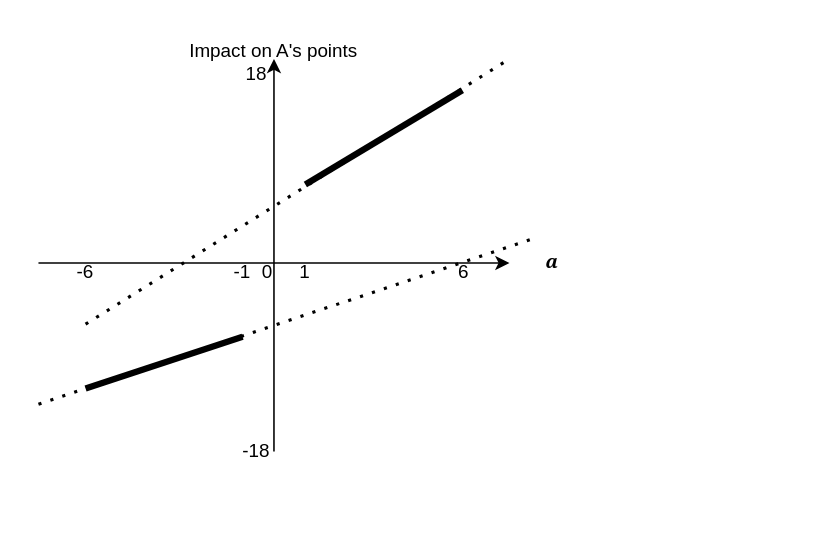
changgge/changgge keeps this draw.io diagram as polarization_slopeIntercept Diagram.drawio. Above is the earlier version. Source tidied: cells renumbered, new cells numbered last; positions are measured from the earlier drawing's top-left corner, leaving out a move shared by most shapes. Both pictures are drawn from the tidied source at 157%, with x=0, y=0 at pixel (38, 27).
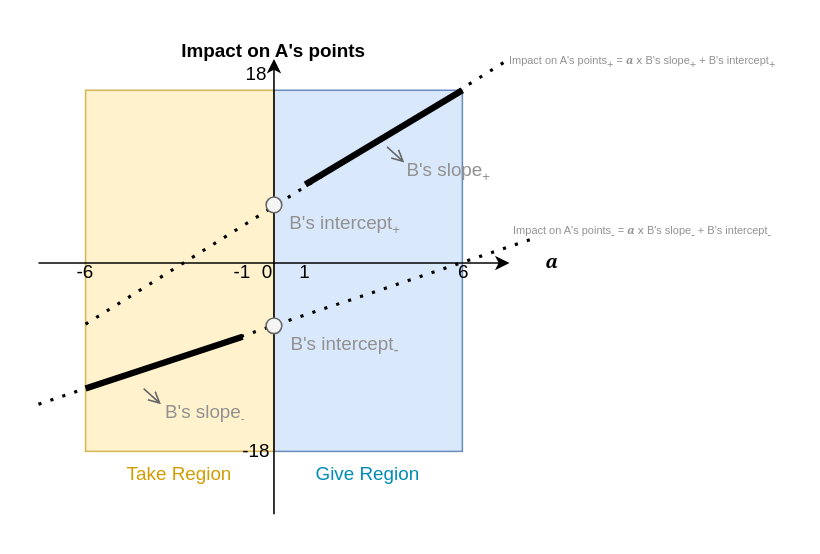
After the change.

What changed in the source:
```diff
@@
+    <mxCell id="17" style="rounded=0;whiteSpace=wrap;html=1;fillColor=#dae8fc;strokeColor=#6c8ebf;" parent="1" vertex="1">
+      <mxGeometry x="150" y="40" width="120" height="230" as="geometry" />
+    </mxCell>
+    <mxCell id="18" style="rounded=0;whiteSpace=wrap;html=1;fillColor=#fff2cc;strokeColor=#d6b656;" parent="1" vertex="1">
+      <mxGeometry x="30" y="40" width="120" height="230" as="geometry" />
+    </mxCell>
@@
     <mxCell id="3" style="endArrow=classic;html=1;rounded=0;" parent="1" edge="1">
       <mxGeometry relative="1" as="geometry">
-        <mxPoint x="150" y="270" as="sourcePoint" />
+        <mxPoint x="150" y="310" as="sourcePoint" />
         <mxPoint x="150" y="20" as="targetPoint" />
       </mxGeometry>
     </mxCell>
-    <mxCell id="4" value="Impact on A's points" style="text;html=1;align=center;verticalAlign=middle;whiteSpace=wrap;rounded=0;" parent="1" vertex="1">
+    <mxCell id="4" value="Impact on A's points" style="text;html=1;align=center;verticalAlign=middle;whiteSpace=wrap;rounded=0;fontStyle=1;" parent="1" vertex="1">
       <mxGeometry x="70" width="160" height="30" as="geometry" />
     </mxCell>
@@
+    <mxCell id="19" style="ellipse;whiteSpace=wrap;html=1;fillColor=#f5f5f5;strokeColor=#666666;fontColor=#333333;" parent="1" vertex="1">
+      <mxGeometry x="145" y="185" width="10" height="10" as="geometry" />
+    </mxCell>
+    <mxCell id="20" style="ellipse;whiteSpace=wrap;html=1;fillColor=#f5f5f5;strokeColor=#666666;fontColor=#333333;" parent="1" vertex="1">
+      <mxGeometry x="145" y="108" width="10" height="10" as="geometry" />
+    </mxCell>
+    <mxCell id="21" value="B's intercept&lt;sub&gt;-&lt;/sub&gt;" style="text;html=1;align=center;verticalAlign=middle;whiteSpace=wrap;rounded=0;fontColor=#919191;" parent="1" vertex="1">
+      <mxGeometry x="158" y="195" width="75" height="15" as="geometry" />
+    </mxCell>
+    <mxCell id="22" value="B's intercept&lt;font size=&quot;1&quot;&gt;&lt;sub&gt;+&lt;/sub&gt;&lt;/font&gt;" style="text;html=1;align=center;verticalAlign=middle;whiteSpace=wrap;rounded=0;fontColor=#919191;" parent="1" vertex="1">
+      <mxGeometry x="156" y="114" width="79" height="21" as="geometry" />
+    </mxCell>
+    <mxCell id="23" style="endArrow=open;html=1;rounded=0;fillColor=#f5f5f5;strokeColor=#666666;endFill=0;" parent="1" edge="1">
+      <mxGeometry relative="1" as="geometry">
+        <mxPoint x="222" y="76" as="sourcePoint" />
+        <mxPoint x="233" y="86" as="targetPoint" />
+      </mxGeometry>
+    </mxCell>
+    <mxCell id="24" value="B's slope&lt;font size=&quot;1&quot;&gt;&lt;sub&gt;+&lt;/sub&gt;&lt;/font&gt;" style="text;html=1;align=center;verticalAlign=middle;whiteSpace=wrap;rounded=0;fontColor=#919191;" parent="1" vertex="1">
+      <mxGeometry x="232" y="86" width="59" height="10" as="geometry" />
+    </mxCell>
+    <mxCell id="25" style="endArrow=open;html=1;rounded=0;fillColor=#f5f5f5;strokeColor=#666666;endFill=0;" parent="1" edge="1">
+      <mxGeometry relative="1" as="geometry">
+        <mxPoint x="67" y="230" as="sourcePoint" />
+        <mxPoint x="78" y="240" as="targetPoint" />
+      </mxGeometry>
+    </mxCell>
+    <mxCell id="26" value="B's slope&lt;span style=&quot;font-size: 9px;&quot;&gt;&lt;sub&gt;-&lt;/sub&gt;&lt;/span&gt;" style="text;html=1;align=center;verticalAlign=middle;whiteSpace=wrap;rounded=0;fontColor=#919191;" parent="1" vertex="1">
+      <mxGeometry x="77" y="240" width="59" height="10" as="geometry" />
+    </mxCell>
+    <mxCell id="27" value="Take Region" style="text;html=1;align=center;verticalAlign=middle;whiteSpace=wrap;rounded=0;fillColor=none;strokeColor=none;fontColor=#d29d00;" parent="1" vertex="1">
+      <mxGeometry x="30" y="270" width="120" height="30" as="geometry" />
+    </mxCell>
+    <mxCell id="28" value="Give Region" style="text;html=1;align=center;verticalAlign=middle;whiteSpace=wrap;rounded=0;fillColor=none;strokeColor=none;fontColor=#008cb4;" parent="1" vertex="1">
+      <mxGeometry x="150" y="270" width="120" height="30" as="geometry" />
+    </mxCell>
+    <mxCell id="29" value="Impact on A's points&lt;sub style=&quot;font-size: 7px;&quot;&gt;+&lt;/sub&gt; =&amp;nbsp;&lt;span style=&quot;caret-color: rgb(0, 0, 0); font-size: 7px;&quot;&gt;&lt;font style=&quot;font-weight: bold; font-style: italic; font-size: 7px;&quot; face=&quot;Georgia&quot;&gt;a &lt;/font&gt;&lt;font style=&quot;font-size: 7px;&quot; face=&quot;Verdana&quot;&gt;x&lt;/font&gt;&lt;font style=&quot;font-weight: bold; font-style: italic; font-size: 7px;&quot; face=&quot;Georgia&quot;&gt;&amp;nbsp;&lt;/font&gt;&lt;/span&gt;B's slope&lt;font style=&quot;font-size: 7px;&quot;&gt;&lt;sub style=&quot;font-size: 7px;&quot;&gt;+ &lt;/sub&gt;+&amp;nbsp;&lt;/font&gt;B's intercept&lt;font style=&quot;font-size: 7px;&quot;&gt;&lt;sub style=&quot;font-size: 7px;&quot;&gt;+&lt;/sub&gt;&lt;/font&gt;" style="text;html=1;align=center;verticalAlign=middle;whiteSpace=wrap;rounded=0;fontColor=#919191;fontSize=7;" parent="1" vertex="1">
+      <mxGeometry x="290" width="190" height="45" as="geometry" />
+    </mxCell>
+    <mxCell id="30" value="Impact on A's points&lt;sub style=&quot;font-size: 7px;&quot;&gt;-&lt;/sub&gt; =&amp;nbsp;&lt;span style=&quot;caret-color: rgb(0, 0, 0); font-size: 7px;&quot;&gt;&lt;font style=&quot;font-weight: bold; font-style: italic; font-size: 7px;&quot; face=&quot;Georgia&quot;&gt;a &lt;/font&gt;&lt;font style=&quot;font-size: 7px;&quot; face=&quot;Verdana&quot;&gt;x&lt;/font&gt;&lt;font style=&quot;font-weight: bold; font-style: italic; font-size: 7px;&quot; face=&quot;Georgia&quot;&gt;&amp;nbsp;&lt;/font&gt;&lt;/span&gt;B's slope&lt;font style=&quot;font-size: 7px;&quot;&gt;&lt;sub style=&quot;font-size: 7px;&quot;&gt;-&amp;nbsp;&lt;/sub&gt;+&amp;nbsp;&lt;/font&gt;B's intercept&lt;font style=&quot;font-size: 7px;&quot;&gt;&lt;sub style=&quot;font-size: 7px;&quot;&gt;-&lt;/sub&gt;&lt;/font&gt;" style="text;html=1;align=center;verticalAlign=middle;whiteSpace=wrap;rounded=0;fontColor=#919191;fontSize=7;" parent="1" vertex="1">
+      <mxGeometry x="290" y="108" width="190" height="45" as="geometry" />
+    </mxCell>
```
